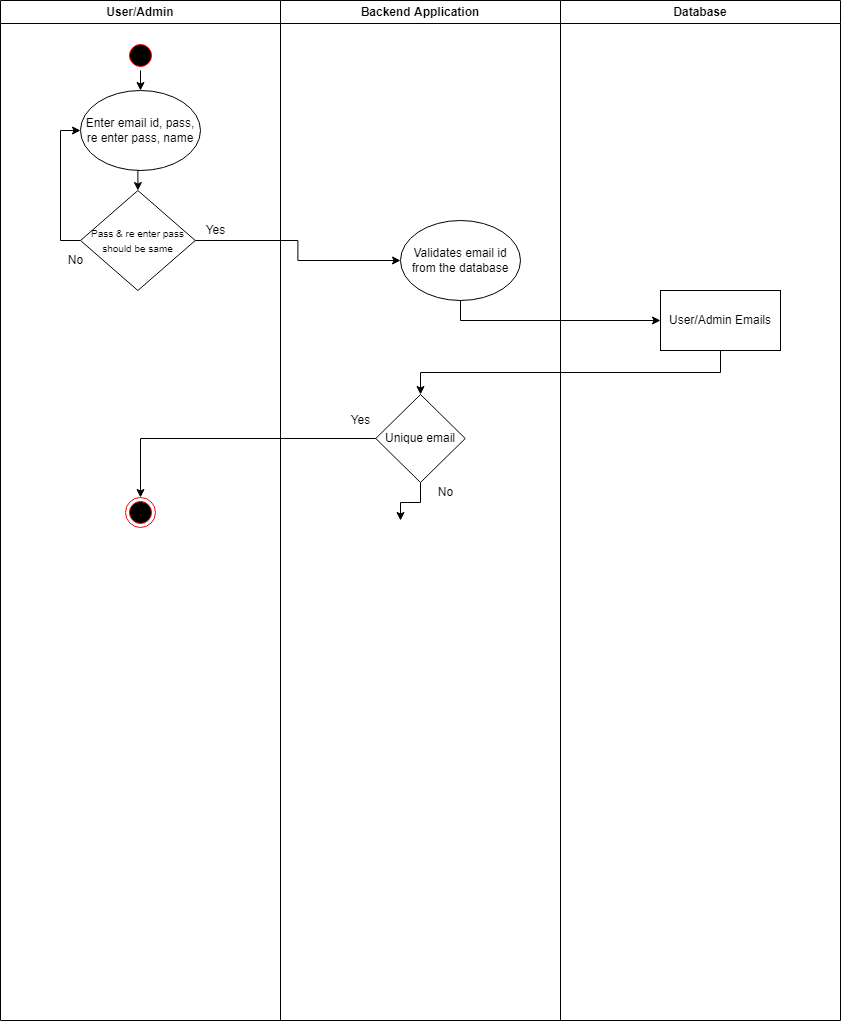
Before: Activity Diagram/Register.png, a diagram exported from draw.io (mohitleo03/Software-Engineering-Project-Management). Source tidied: cells renumbered, new cells last; positions are measured from the earlier drawing's top-left corner, leaving out a move shared by most shapes.
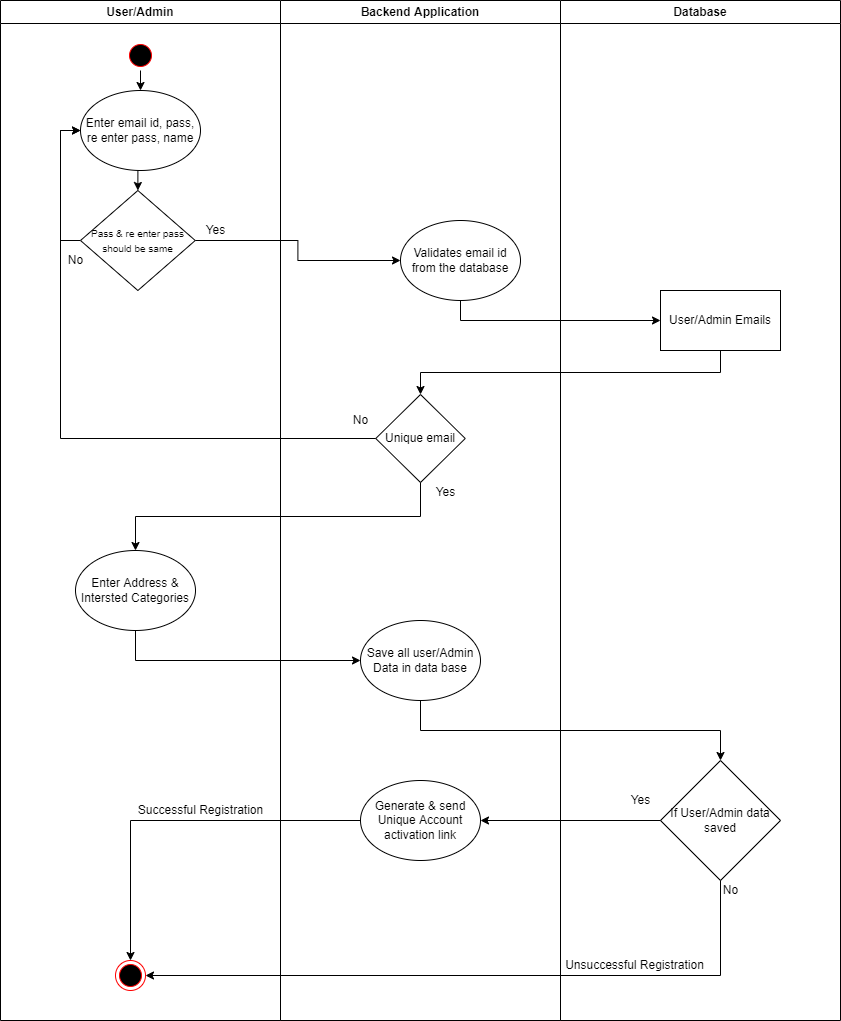
The same file after the commit.

Commit message:
registration Activity Diagram

What changed in the source:
```diff
@@ -18,7 +18,7 @@
       <mxGeometry x="80" y="90" width="120" height="80" as="geometry" />
     </mxCell>
     <mxCell id="7" style="ellipse;shape=endState;fillColor=#000000;strokeColor=#ff0000;" parent="2" vertex="1">
-      <mxGeometry x="125" y="497" width="30" height="30" as="geometry" />
+      <mxGeometry x="115" y="960" width="30" height="30" as="geometry" />
     </mxCell>
     <mxCell id="8" style="edgeStyle=orthogonalEdgeStyle;rounded=0;jettySize=auto;html=1;exitX=0;exitY=0.5;exitDx=0;exitDy=0;entryX=0;entryY=0.5;entryDx=0;entryDy=0;fontSize=10;" parent="2" edge="1" source="9" target="6">
       <mxGeometry relative="1" as="geometry" />
@@ -32,43 +32,86 @@
     <mxCell id="11" value="Yes" style="text;html=1;align=center;verticalAlign=middle;strokeColor=none;fillColor=none;fontSize=12;" parent="2" vertex="1">
       <mxGeometry x="200" y="220" width="30" height="20" as="geometry" />
     </mxCell>
+    <mxCell id="24" value="Enter Address &amp;amp; Intersted Categories" style="ellipse;whiteSpace=wrap;html=1;" parent="2" vertex="1">
+      <mxGeometry x="75" y="550" width="120" height="80" as="geometry" />
+    </mxCell>
     <mxCell id="12" value="Backend Application" style="swimlane;whiteSpace=wrap;" parent="1" vertex="1">
       <mxGeometry x="280" width="280" height="1020" as="geometry" />
     </mxCell>
     <mxCell id="13" value="Validates email id from the database" style="ellipse;whiteSpace=wrap;html=1;" parent="12" vertex="1">
       <mxGeometry x="120" y="220" width="120" height="80" as="geometry" />
     </mxCell>
-    <mxCell id="14" style="edgeStyle=orthogonalEdgeStyle;rounded=0;jettySize=auto;html=1;exitX=0.5;exitY=1;exitDx=0;exitDy=0;entryX=1;entryY=0.5;entryDx=0;entryDy=0;fontSize=12;" parent="12" edge="1" source="15">
-      <mxGeometry relative="1" as="geometry">
-        <mxPoint x="120" y="520" as="targetPoint" />
-      </mxGeometry>
-    </mxCell>
     <mxCell id="15" value="&lt;font style=&quot;font-size: 12px&quot;&gt;Unique email&lt;/font&gt;" style="rhombus;whiteSpace=wrap;html=1;" parent="12" vertex="1">
       <mxGeometry x="95.2" y="394" width="89.5" height="88" as="geometry" />
     </mxCell>
-    <mxCell id="16" value="No" style="text;html=1;align=center;verticalAlign=middle;strokeColor=none;fillColor=none;fontSize=12;" parent="12" vertex="1">
+    <mxCell id="16" value="Yes" style="text;html=1;align=center;verticalAlign=middle;strokeColor=none;fillColor=none;fontSize=12;" parent="12" vertex="1">
       <mxGeometry x="150" y="482" width="30" height="20" as="geometry" />
     </mxCell>
-    <mxCell id="17" value="Yes" style="text;html=1;align=center;verticalAlign=middle;strokeColor=none;fillColor=none;fontSize=12;" parent="12" vertex="1">
+    <mxCell id="17" value="No" style="text;html=1;align=center;verticalAlign=middle;strokeColor=none;fillColor=none;fontSize=12;" parent="12" vertex="1">
       <mxGeometry x="65.2" y="410" width="30" height="20" as="geometry" />
     </mxCell>
+    <mxCell id="25" value="Save all user/Admin Data in data base" style="ellipse;whiteSpace=wrap;html=1;" parent="12" vertex="1">
+      <mxGeometry x="80" y="620" width="120" height="80" as="geometry" />
+    </mxCell>
+    <mxCell id="26" value="Generate &amp;amp; send Unique Account activation link" style="ellipse;whiteSpace=wrap;html=1;" parent="12" vertex="1">
+      <mxGeometry x="80" y="780" width="120" height="80" as="geometry" />
+    </mxCell>
     <mxCell id="18" value="Database" style="swimlane;whiteSpace=wrap;" parent="1" vertex="1">
       <mxGeometry x="560" width="280" height="1020" as="geometry" />
     </mxCell>
     <mxCell id="19" value="User/Admin Emails" style="rounded=0;whiteSpace=wrap;html=1;" parent="18" vertex="1">
       <mxGeometry x="100" y="290" width="120" height="60" as="geometry" />
     </mxCell>
+    <mxCell id="27" value="If User/Admin data saved" style="rhombus;whiteSpace=wrap;html=1;" parent="18" vertex="1">
+      <mxGeometry x="100" y="760" width="120" height="120" as="geometry" />
+    </mxCell>
     <mxCell id="20" style="edgeStyle=orthogonalEdgeStyle;rounded=0;jettySize=auto;html=1;exitX=0.5;exitY=1;exitDx=0;exitDy=0;entryX=0;entryY=0.5;entryDx=0;entryDy=0;" parent="1" edge="1" source="13" target="19">
       <mxGeometry relative="1" as="geometry" />
     </mxCell>
     <mxCell id="21" style="edgeStyle=orthogonalEdgeStyle;rounded=0;jettySize=auto;html=1;exitX=0.5;exitY=1;exitDx=0;exitDy=0;entryX=0.5;entryY=0;entryDx=0;entryDy=0;" parent="1" edge="1" source="19" target="15">
       <mxGeometry relative="1" as="geometry" />
     </mxCell>
-    <mxCell id="22" style="edgeStyle=orthogonalEdgeStyle;rounded=0;jettySize=auto;html=1;exitX=0;exitY=0.5;exitDx=0;exitDy=0;fontSize=12;entryX=0.5;entryY=0;entryDx=0;entryDy=0;" parent="1" edge="1" source="15" target="7">
+    <mxCell id="22" style="edgeStyle=orthogonalEdgeStyle;rounded=0;jettySize=auto;html=1;exitX=0;exitY=0.5;exitDx=0;exitDy=0;fontSize=12;entryX=0;entryY=0.5;entryDx=0;entryDy=0;" parent="1" edge="1" source="15" target="6">
       <mxGeometry relative="1" as="geometry" />
     </mxCell>
     <mxCell id="23" style="edgeStyle=orthogonalEdgeStyle;rounded=0;jettySize=auto;html=1;exitX=1;exitY=0.5;exitDx=0;exitDy=0;entryX=0;entryY=0.5;entryDx=0;entryDy=0;fontSize=12;" parent="1" edge="1" source="9" target="13">
       <mxGeometry relative="1" as="geometry" />
     </mxCell>
+    <mxCell id="14" style="edgeStyle=orthogonalEdgeStyle;rounded=0;jettySize=auto;html=1;exitX=0.5;exitY=1;exitDx=0;exitDy=0;fontSize=12;entryX=0.5;entryY=0;entryDx=0;entryDy=0;" parent="1" edge="1" source="15" target="24">
+      <mxGeometry relative="1" as="geometry" />
+    </mxCell>
+    <mxCell id="28" style="endArrow=classic;html=1;rounded=0;exitX=0.5;exitY=1;exitDx=0;exitDy=0;entryX=0;entryY=0.5;entryDx=0;entryDy=0;" parent="1" edge="1" source="24" target="25">
+      <mxGeometry relative="1" as="geometry">
+        <Array as="points">
+          <mxPoint x="135" y="660" />
+        </Array>
+      </mxGeometry>
+    </mxCell>
+    <mxCell id="29" style="edgeStyle=orthogonalEdgeStyle;rounded=0;jettySize=auto;html=1;exitX=0.5;exitY=1;exitDx=0;exitDy=0;entryX=0.5;entryY=0;entryDx=0;entryDy=0;" parent="1" edge="1" source="25" target="27">
+      <mxGeometry relative="1" as="geometry" />
+    </mxCell>
+    <mxCell id="30" style="edgeStyle=orthogonalEdgeStyle;rounded=0;jettySize=auto;html=1;exitX=0.5;exitY=1;exitDx=0;exitDy=0;entryX=1;entryY=0.5;entryDx=0;entryDy=0;" parent="1" edge="1" source="27" target="7">
+      <mxGeometry relative="1" as="geometry" />
+    </mxCell>
+    <mxCell id="31" value="No" style="text;html=1;align=center;verticalAlign=middle;strokeColor=none;fillColor=none;" parent="1" vertex="1">
+      <mxGeometry x="715" y="880" width="30" height="20" as="geometry" />
+    </mxCell>
+    <mxCell id="32" style="edgeStyle=orthogonalEdgeStyle;rounded=0;jettySize=auto;html=1;exitX=0;exitY=0.5;exitDx=0;exitDy=0;" parent="1" edge="1" source="27">
+      <mxGeometry relative="1" as="geometry">
+        <mxPoint x="480" y="820" as="targetPoint" />
+      </mxGeometry>
+    </mxCell>
+    <mxCell id="33" value="Yes" style="text;html=1;align=center;verticalAlign=middle;strokeColor=none;fillColor=none;" parent="1" vertex="1">
+      <mxGeometry x="625" y="790" width="30" height="20" as="geometry" />
+    </mxCell>
+    <mxCell id="34" style="edgeStyle=orthogonalEdgeStyle;rounded=0;jettySize=auto;html=1;exitX=0;exitY=0.5;exitDx=0;exitDy=0;entryX=0.5;entryY=0;entryDx=0;entryDy=0;" parent="1" edge="1" source="26" target="7">
+      <mxGeometry relative="1" as="geometry" />
+    </mxCell>
+    <mxCell id="35" value="Successful Registration" style="text;html=1;align=center;verticalAlign=middle;strokeColor=none;fillColor=none;" parent="1" vertex="1">
+      <mxGeometry x="130" y="800" width="140" height="20" as="geometry" />
+    </mxCell>
+    <mxCell id="36" value="Unsuccessful Registration" style="text;html=1;align=center;verticalAlign=middle;strokeColor=none;fillColor=none;" parent="1" vertex="1">
+      <mxGeometry x="559" y="955" width="150" height="20" as="geometry" />
+    </mxCell>
   </root>
 </mxGraphModel>
```
